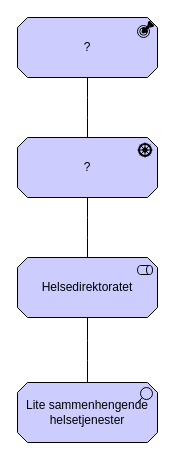
Before: page "helsedirektoratet-concern" (5 of 5) of docs/interessent/motivasjon-interessent.drawio in hdir/Digital-Forstelinje, a draw.io diagram. Source tidied: cells renumbered, new cells numbered last; positions are measured from the earlier drawing's top-left corner, leaving out a move shared by most shapes. Both pictures are drawn from the tidied source at 100%, with x=0, y=0 at pixel (17, 17).
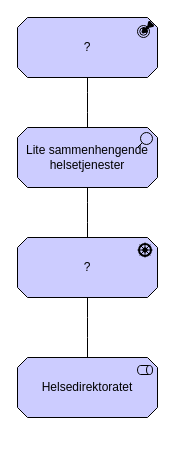
The same diagram, later.

Diff of the diagram source:
```diff
@@
 <mxGraphModel>
   <root>
     <mxCell id="0" />
     <mxCell id="1" parent="0" />
     <mxCell id="2" value="Helsedirektoratet" style="html=1;outlineConnect=0;whiteSpace=wrap;fillColor=#CCCCFF;shape=mxgraph.archimate3.application;appType=role;archiType=oct;" parent="1" vertex="1">
-      <mxGeometry y="240" width="140" height="60" as="geometry" />
+      <mxGeometry y="340" width="140" height="60" as="geometry" />
     </mxCell>
     <mxCell id="3" value="&lt;font face=&quot;Helvetica&quot; style=&quot;font-size: 12px;&quot;&gt;?&lt;/font&gt;" style="html=1;outlineConnect=0;whiteSpace=wrap;fillColor=#CCCCFF;shape=mxgraph.archimate3.application;appType=driver;archiType=oct;" parent="1" vertex="1">
-      <mxGeometry y="120" width="140" height="60" as="geometry" />
+      <mxGeometry y="220" width="140" height="60" as="geometry" />
     </mxCell>
     <mxCell id="4" value="Lite sammenhengende helsetjenester" style="html=1;outlineConnect=0;whiteSpace=wrap;fillColor=#CCCCFF;shape=mxgraph.archimate3.application;appType=assess;archiType=oct;" parent="1" vertex="1">
-      <mxGeometry y="365" width="140" height="60" as="geometry" />
+      <mxGeometry y="110" width="140" height="60" as="geometry" />
     </mxCell>
     <mxCell id="5" value="?" style="html=1;outlineConnect=0;whiteSpace=wrap;fillColor=#CCCCFF;shape=mxgraph.archimate3.application;appType=outcome;archiType=oct;" parent="1" vertex="1">
       <mxGeometry width="140" height="60" as="geometry" />
     </mxCell>
     <mxCell id="6" style="edgeStyle=elbowEdgeStyle;html=1;endArrow=none;elbow=vertical;exitX=0.5;exitY=1;exitDx=0;exitDy=0;exitPerimeter=0;entryX=0.5;entryY=0;entryDx=0;entryDy=0;entryPerimeter=0;" parent="1" edge="1" source="3" target="2">
       <mxGeometry relative="1" as="geometry" />
     </mxCell>
-    <mxCell id="7" style="edgeStyle=elbowEdgeStyle;html=1;endArrow=none;elbow=vertical;exitX=0.5;exitY=1;exitDx=0;exitDy=0;exitPerimeter=0;entryX=0.5;entryY=0;entryDx=0;entryDy=0;entryPerimeter=0;" parent="1" edge="1" source="2" target="4">
-      <mxGeometry relative="1" as="geometry" />
-    </mxCell>
-    <mxCell id="8" style="edgeStyle=elbowEdgeStyle;html=1;endArrow=none;elbow=vertical;entryX=0.5;entryY=0;entryDx=0;entryDy=0;entryPerimeter=0;exitX=0.5;exitY=1;exitDx=0;exitDy=0;exitPerimeter=0;" parent="1" edge="1" source="5" target="3">
+    <mxCell id="8" style="edgeStyle=elbowEdgeStyle;html=1;endArrow=none;elbow=vertical;entryX=0.5;entryY=0;entryDx=0;entryDy=0;entryPerimeter=0;exitX=0.5;exitY=1;exitDx=0;exitDy=0;exitPerimeter=0;" parent="1" edge="1" source="5" target="4">
       <mxGeometry relative="1" as="geometry" />
     </mxCell>
+    <mxCell id="9" style="edgeStyle=elbowEdgeStyle;html=1;endArrow=none;elbow=vertical;exitX=0.5;exitY=1;exitDx=0;exitDy=0;exitPerimeter=0;entryX=0.5;entryY=0;entryDx=0;entryDy=0;entryPerimeter=0;" parent="1" edge="1" source="4" target="3">
+      <mxGeometry relative="1" as="geometry" />
+    </mxCell>
   </root>
 </mxGraphModel>
```
